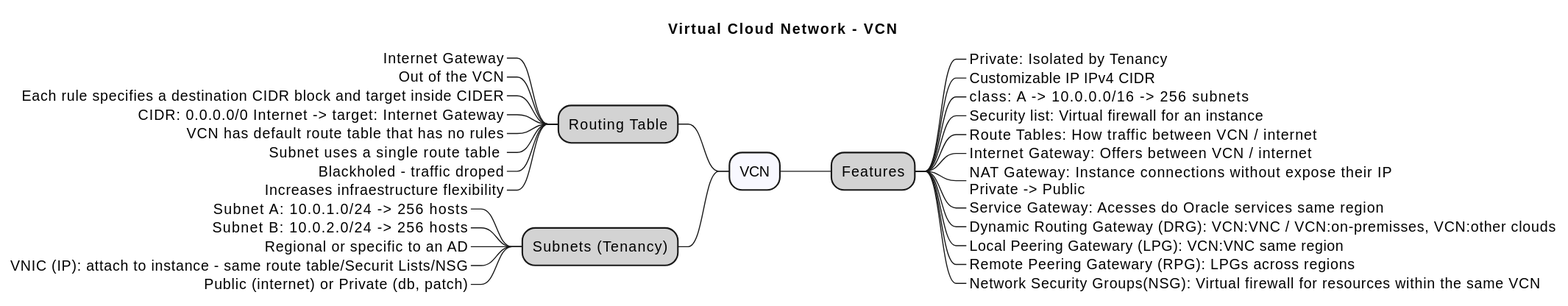
acnaweb/oci keeps this PlantUML diagram as assets/docs/src/vcn/vcn.svg. Above is the earlier version. Source of this version:
```plantuml
@startmindmap

Title "Virtual Cloud Network - VCN"

*[#F8F8FF]  VCN

**[#LightGray] Features

***_ Private: Isolated by Tenancy
***_ Customizable IP IPv4 CIDR
***_ class: A -> 10.0.0.0/16 -> 256 subnets
***_ Security list: Virtual firewall for an instance
***_ Route Tables: How traffic between VCN / internet
***_ Internet Gateway: Offers between VCN / internet
***_ NAT Gateway: Instance connections without expose their IP\nPrivate -> Public
***_ Service Gateway: Acesses do Oracle services same region
***_ Dynamic Routing Gateway (DRG): VCN:VNC / VCN:on-premisses, VCN:other clouds
***_ Local Peering Gatewary (LPG): VCN:VNC same region
***_ Remote Peering Gatewary (RPG): LPGs across regions
***_ Network Security Groups(NSG): Virtual firewall for resources within the same VCN

left side

**[#LightGray] Routing Table
***_ Internet Gateway
***_ Out of the VCN
***_ Each rule specifies a destination CIDR block and target inside CIDER
***_ CIDR: 0.0.0.0/0 Internet -> target: Internet Gateway
***_ VCN has default route table that has no rules
***_ Subnet uses a single route table
***_ Blackholed - traffic droped
***_ Increases infraestructure flexibility

**[#LightGray] Subnets (Tenancy)
***_ Subnet A: 10.0.1.0/24 -> 256 hosts
***_ Subnet B: 10.0.2.0/24 -> 256 hosts
***_ Regional or specific to an AD
***_ VNIC (IP): attach to instance - same route table/Securit Lists/NSG
***_ Public (internet) or Private (db, patch)

@endmindmap
```
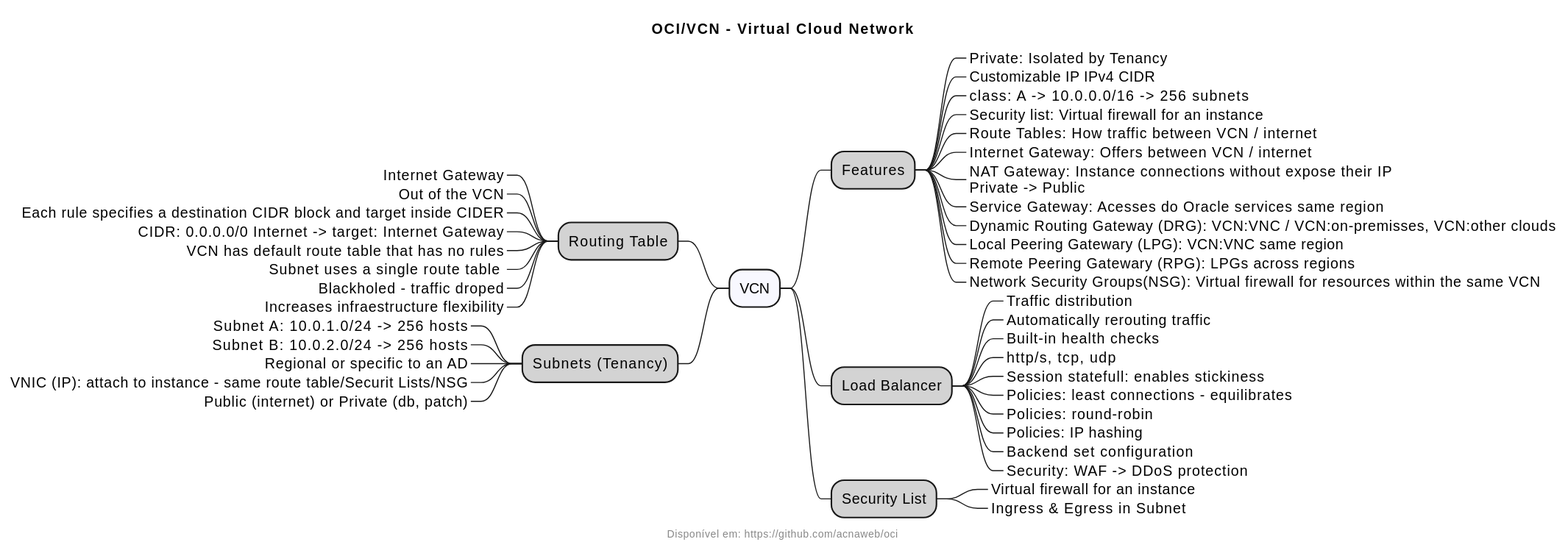
The same diagram one commit later.

Diff of the diagram source:
```diff
@@ -1,6 +1,7 @@
 @startmindmap
 
-Title "Virtual Cloud Network - VCN"
+Title "OCI/VCN - Virtual Cloud Network"
+footer Disponível em: https://github.com/acnaweb/oci
 
 *[#F8F8FF]  VCN
 
@@ -18,6 +19,22 @@
 ***_ Local Peering Gatewary (LPG): VCN:VNC same region
 ***_ Remote Peering Gatewary (RPG): LPGs across regions
 ***_ Network Security Groups(NSG): Virtual firewall for resources within the same VCN
+
+**[#LightGray] Load Balancer
+***_ Traffic distribution
+***_ Automatically rerouting traffic
+***_ Built-in health checks
+***_ http/s, tcp, udp
+***_ Session statefull: enables stickiness
+***_ Policies: least connections - equilibrates
+***_ Policies: round-robin
+***_ Policies: IP hashing
+***_ Backend set configuration
+***_ Security: WAF -> DDoS protection
+
+**[#LightGray] Security List
+***_ Virtual firewall for an instance
+***_ Ingress & Egress in Subnet
 
 left side
 
```
